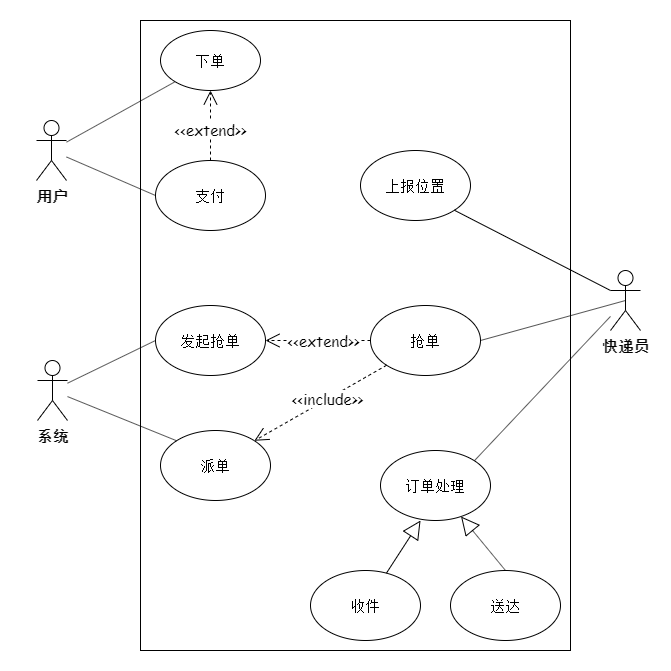
an-Onion/architect-camp keeps this draw.io diagram as final/img/use-case.drawio.png. Above is the earlier version. Source tidied: cells renumbered, new cells last; positions are measured from the earlier drawing's top-left corner, leaving out a move shared by most shapes.
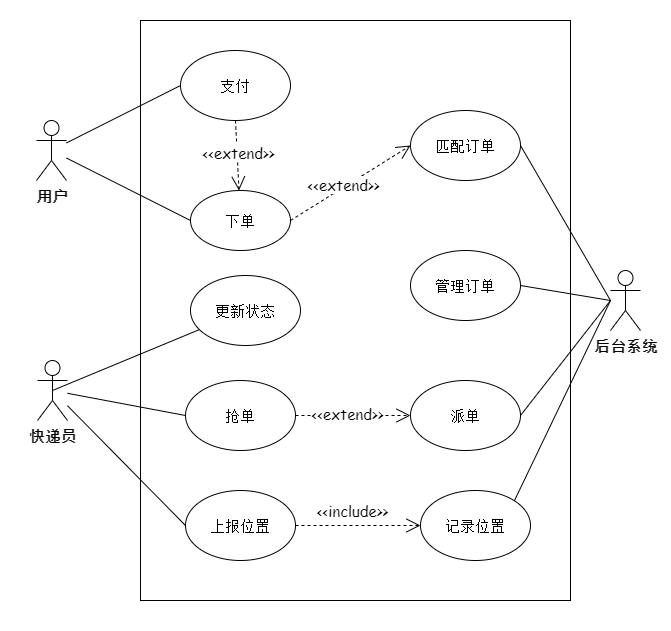
After the commit.

Diff of the diagram source:
```diff
@@ -3,63 +3,42 @@
     <mxCell id="0" />
     <mxCell id="1" parent="0" />
     <mxCell id="2" style="rounded=0;whiteSpace=wrap;html=1;fontFamily=Comic Sans MS;fontSize=15;strokeColor=none;" parent="1" vertex="1">
-      <mxGeometry width="670" height="670" as="geometry" />
+      <mxGeometry width="670" height="630" as="geometry" />
     </mxCell>
     <mxCell id="3" style="rounded=0;whiteSpace=wrap;html=1;fontFamily=Comic Sans MS;fontSize=15;" parent="1" vertex="1">
-      <mxGeometry x="140" y="20" width="430" height="630" as="geometry" />
+      <mxGeometry x="140" y="20" width="430" height="580" as="geometry" />
     </mxCell>
     <mxCell id="4" value="用户&lt;br style=&quot;font-size: 15px;&quot;&gt;" style="shape=umlActor;verticalLabelPosition=bottom;labelBackgroundColor=#ffffff;verticalAlign=top;html=1;fontFamily=Comic Sans MS;fontSize=15;fontStyle=1;" parent="1" vertex="1">
       <mxGeometry x="36" y="120" width="30" height="60" as="geometry" />
     </mxCell>
-    <mxCell id="5" value="系统" style="shape=umlActor;verticalLabelPosition=bottom;labelBackgroundColor=#ffffff;verticalAlign=top;html=1;fontFamily=Comic Sans MS;fontSize=15;fontStyle=1;" parent="1" vertex="1">
+    <mxCell id="5" value="快递员" style="shape=umlActor;verticalLabelPosition=bottom;labelBackgroundColor=#ffffff;verticalAlign=top;html=1;fontFamily=Comic Sans MS;fontSize=15;fontStyle=1;" parent="1" vertex="1">
       <mxGeometry x="37" y="360" width="30" height="60" as="geometry" />
     </mxCell>
-    <mxCell id="6" value="快递员&lt;br style=&quot;font-size: 15px;&quot;&gt;" style="shape=umlActor;verticalLabelPosition=bottom;labelBackgroundColor=#ffffff;verticalAlign=top;html=1;fontFamily=Comic Sans MS;fontSize=15;fontStyle=1;" parent="1" vertex="1">
+    <mxCell id="6" value="后台系统" style="shape=umlActor;verticalLabelPosition=bottom;labelBackgroundColor=#ffffff;verticalAlign=top;html=1;fontFamily=Comic Sans MS;fontSize=15;fontStyle=1;" parent="1" vertex="1">
       <mxGeometry x="610" y="270" width="30" height="60" as="geometry" />
     </mxCell>
     <mxCell id="7" value="下单" style="ellipse;whiteSpace=wrap;html=1;fontFamily=Comic Sans MS;fontSize=15;" parent="1" vertex="1">
-      <mxGeometry x="160" y="30" width="100" height="60" as="geometry" />
+      <mxGeometry x="190" y="190" width="100" height="60" as="geometry" />
     </mxCell>
     <mxCell id="8" value="支付" style="ellipse;whiteSpace=wrap;html=1;fontFamily=Comic Sans MS;fontSize=15;" parent="1" vertex="1">
-      <mxGeometry x="155" y="160" width="110" height="70" as="geometry" />
+      <mxGeometry x="180" y="50" width="110" height="70" as="geometry" />
     </mxCell>
-    <mxCell id="9" value="&amp;lt;&amp;lt;extend&amp;gt;&amp;gt;&lt;br style=&quot;font-size: 15px;&quot;&gt;" style="endArrow=open;endSize=12;dashed=1;html=1;exitX=0.5;exitY=0;exitDx=0;exitDy=0;entryX=0.5;entryY=1;entryDx=0;entryDy=0;fontFamily=Comic Sans MS;fontSize=15;" parent="1" edge="1" source="8" target="7">
-      <mxGeometry x="-0.11" relative="1" as="geometry" />
-    </mxCell>
-    <mxCell id="10" value="发起抢单" style="ellipse;whiteSpace=wrap;html=1;fontFamily=Comic Sans MS;fontSize=15;" parent="1" vertex="1">
-      <mxGeometry x="155" y="305" width="110" height="70" as="geometry" />
+    <mxCell id="10" value="抢单" style="ellipse;whiteSpace=wrap;html=1;fontFamily=Comic Sans MS;fontSize=15;" parent="1" vertex="1">
+      <mxGeometry x="185" y="380" width="110" height="70" as="geometry" />
     </mxCell>
-    <mxCell id="11" value="抢单" style="ellipse;whiteSpace=wrap;html=1;fontFamily=Comic Sans MS;fontSize=15;" parent="1" vertex="1">
-      <mxGeometry x="370" y="305" width="110" height="70" as="geometry" />
+    <mxCell id="11" value="匹配订单" style="ellipse;whiteSpace=wrap;html=1;fontFamily=Comic Sans MS;fontSize=15;" parent="1" vertex="1">
+      <mxGeometry x="410" y="110" width="110" height="70" as="geometry" />
     </mxCell>
-    <mxCell id="12" value="上报位置" style="ellipse;whiteSpace=wrap;html=1;fontFamily=Comic Sans MS;fontSize=15;" parent="1" vertex="1">
-      <mxGeometry x="360" y="150" width="110" height="70" as="geometry" />
+    <mxCell id="12" value="管理订单" style="ellipse;whiteSpace=wrap;html=1;fontFamily=Comic Sans MS;fontSize=15;" parent="1" vertex="1">
+      <mxGeometry x="410" y="250" width="110" height="70" as="geometry" />
     </mxCell>
-    <mxCell id="13" value="派单" style="ellipse;whiteSpace=wrap;html=1;fontFamily=Comic Sans MS;fontSize=15;" parent="1" vertex="1">
-      <mxGeometry x="160" y="430" width="110" height="70" as="geometry" />
+    <mxCell id="13" value="上报位置" style="ellipse;whiteSpace=wrap;html=1;fontFamily=Comic Sans MS;fontSize=15;" parent="1" vertex="1">
+      <mxGeometry x="185" y="490" width="110" height="70" as="geometry" />
     </mxCell>
-    <mxCell id="14" value="订单处理" style="ellipse;whiteSpace=wrap;html=1;fontFamily=Comic Sans MS;fontSize=15;" parent="1" vertex="1">
-      <mxGeometry x="380" y="450" width="110" height="70" as="geometry" />
+    <mxCell id="14" value="记录位置" style="ellipse;whiteSpace=wrap;html=1;fontFamily=Comic Sans MS;fontSize=15;" parent="1" vertex="1">
+      <mxGeometry x="420" y="490" width="110" height="70" as="geometry" />
     </mxCell>
-    <mxCell id="15" value="收件" style="ellipse;whiteSpace=wrap;html=1;fontFamily=Comic Sans MS;fontSize=15;" parent="1" vertex="1">
-      <mxGeometry x="310" y="570" width="110" height="70" as="geometry" />
-    </mxCell>
-    <mxCell id="16" value="送达" style="ellipse;whiteSpace=wrap;html=1;fontFamily=Comic Sans MS;fontSize=15;" parent="1" vertex="1">
-      <mxGeometry x="450" y="570" width="110" height="70" as="geometry" />
-    </mxCell>
-    <mxCell id="17" style="endArrow=block;endSize=16;endFill=0;html=1;entryX=0.364;entryY=1;entryDx=0;entryDy=0;fontFamily=Comic Sans MS;fontSize=15;entryPerimeter=0;" parent="1" edge="1" source="15" target="14">
-      <mxGeometry relative="1" as="geometry" />
-    </mxCell>
-    <mxCell id="18" style="endArrow=block;endSize=16;endFill=0;html=1;exitX=0.5;exitY=0;exitDx=0;exitDy=0;fontFamily=Comic Sans MS;fontSize=15;" parent="1" edge="1" source="16" target="14">
-      <mxGeometry relative="1" as="geometry" />
-    </mxCell>
-    <mxCell id="19" value="&amp;lt;&amp;lt;extend&amp;gt;&amp;gt;&lt;br style=&quot;font-size: 15px;&quot;&gt;" style="endArrow=open;endSize=12;dashed=1;html=1;exitX=0;exitY=0.5;exitDx=0;exitDy=0;entryX=1;entryY=0.5;entryDx=0;entryDy=0;fontFamily=Comic Sans MS;fontSize=15;" parent="1" edge="1" source="11" target="10">
-      <mxGeometry x="-0.11" relative="1" as="geometry" />
-    </mxCell>
-    <mxCell id="20" value="&amp;lt;&amp;lt;include&amp;gt;&amp;gt;" style="endArrow=open;endSize=12;dashed=1;html=1;exitX=0;exitY=1;exitDx=0;exitDy=0;entryX=1;entryY=0;entryDx=0;entryDy=0;fontFamily=Comic Sans MS;fontSize=15;" parent="1" edge="1" source="11" target="13">
-      <mxGeometry x="-0.11" relative="1" as="geometry" />
-    </mxCell>
-    <mxCell id="21" style="endArrow=none;html=1;entryX=0;entryY=1;entryDx=0;entryDy=0;fontFamily=Comic Sans MS;fontSize=15;" parent="1" edge="1" source="4" target="7">
+    <mxCell id="21" style="endArrow=none;html=1;entryX=0;entryY=0.5;entryDx=0;entryDy=0;fontFamily=Comic Sans MS;fontSize=15;" parent="1" edge="1" source="4" target="7">
       <mxGeometry relative="1" as="geometry" />
     </mxCell>
     <mxCell id="22" style="endArrow=none;html=1;entryX=0;entryY=0.5;entryDx=0;entryDy=0;fontFamily=Comic Sans MS;fontSize=15;" parent="1" edge="1" source="4" target="8">
@@ -68,17 +47,55 @@
     <mxCell id="23" style="endArrow=none;html=1;entryX=0;entryY=0.5;entryDx=0;entryDy=0;fontFamily=Comic Sans MS;fontSize=15;" parent="1" edge="1" source="5" target="10">
       <mxGeometry relative="1" as="geometry" />
     </mxCell>
-    <mxCell id="24" style="endArrow=none;html=1;entryX=0;entryY=0;entryDx=0;entryDy=0;fontFamily=Comic Sans MS;fontSize=15;" parent="1" edge="1" source="5" target="13">
+    <mxCell id="24" style="endArrow=none;html=1;entryX=0;entryY=0.5;entryDx=0;entryDy=0;fontFamily=Comic Sans MS;fontSize=15;" parent="1" edge="1" source="5" target="13">
       <mxGeometry relative="1" as="geometry" />
     </mxCell>
-    <mxCell id="25" style="endArrow=none;html=1;exitX=1;exitY=1;exitDx=0;exitDy=0;entryX=0;entryY=0.3333333333333333;entryDx=0;entryDy=0;entryPerimeter=0;fontFamily=Comic Sans MS;fontSize=15;" parent="1" edge="1" source="12" target="6">
-      <mxGeometry relative="1" as="geometry" />
+    <mxCell id="25" style="endArrow=none;html=1;exitX=1;exitY=0.5;exitDx=0;exitDy=0;fontFamily=Comic Sans MS;fontSize=15;" parent="1" edge="1" source="12">
+      <mxGeometry relative="1" as="geometry">
+        <mxPoint x="610" y="300" as="targetPoint" />
+      </mxGeometry>
     </mxCell>
-    <mxCell id="26" style="endArrow=none;html=1;exitX=1;exitY=0.5;exitDx=0;exitDy=0;entryX=0.5;entryY=0.5;entryDx=0;entryDy=0;entryPerimeter=0;fontFamily=Comic Sans MS;fontSize=15;" parent="1" edge="1" source="11" target="6">
-      <mxGeometry relative="1" as="geometry" />
+    <mxCell id="26" style="endArrow=none;html=1;exitX=1;exitY=0.5;exitDx=0;exitDy=0;fontFamily=Comic Sans MS;fontSize=15;" parent="1" edge="1" source="11">
+      <mxGeometry relative="1" as="geometry">
+        <mxPoint x="610" y="300" as="targetPoint" />
+      </mxGeometry>
     </mxCell>
-    <mxCell id="27" style="endArrow=none;html=1;exitX=1;exitY=0;exitDx=0;exitDy=0;fontFamily=Comic Sans MS;fontSize=15;" parent="1" edge="1" source="14" target="6">
-      <mxGeometry relative="1" as="geometry" />
+    <mxCell id="27" style="endArrow=none;html=1;exitX=1;exitY=0;exitDx=0;exitDy=0;fontFamily=Comic Sans MS;fontSize=15;" parent="1" edge="1" source="14">
+      <mxGeometry relative="1" as="geometry">
+        <mxPoint x="610" y="300" as="targetPoint" />
+      </mxGeometry>
     </mxCell>
+    <mxCell id="20" value="&amp;lt;&amp;lt;include&amp;gt;&amp;gt;" style="endArrow=open;endSize=12;dashed=1;html=1;exitX=1;exitY=0.5;exitDx=0;exitDy=0;entryX=0;entryY=0.5;entryDx=0;entryDy=0;fontSize=15;fontFamily=Comic Sans MS;" parent="1" edge="1" source="13" target="14">
+      <mxGeometry x="-0.09" y="15" relative="1" as="geometry" />
+    </mxCell>
+    <mxCell id="28" value="派单" style="ellipse;whiteSpace=wrap;html=1;fontFamily=Comic Sans MS;fontSize=15;" parent="1" vertex="1">
+      <mxGeometry x="410" y="380" width="110" height="70" as="geometry" />
+    </mxCell>
+    <mxCell id="29" style="endArrow=none;html=1;exitX=1;exitY=0.5;exitDx=0;exitDy=0;fontFamily=Comic Sans MS;fontSize=15;" parent="1" edge="1" source="28">
+      <mxGeometry relative="1" as="geometry">
+        <mxPoint x="610" y="300" as="targetPoint" />
+      </mxGeometry>
+    </mxCell>
+    <mxCell id="30" value="更新状态" style="ellipse;whiteSpace=wrap;html=1;fontFamily=Comic Sans MS;fontSize=15;" parent="1" vertex="1">
+      <mxGeometry x="190" y="275" width="110" height="70" as="geometry" />
+    </mxCell>
+    <mxCell id="31" style="endArrow=none;html=1;fontFamily=Comic Sans MS;fontSize=15;exitX=0.5;exitY=0.5;exitDx=0;exitDy=0;exitPerimeter=0;" parent="1" edge="1" source="5" target="30">
+      <mxGeometry relative="1" as="geometry" />
+    </mxCell>
+    <mxCell id="32" value="&amp;lt;&amp;lt;extend&amp;gt;&amp;gt;" style="endArrow=open;endSize=12;dashed=1;html=1;exitX=1;exitY=0.5;exitDx=0;exitDy=0;entryX=0;entryY=0.5;entryDx=0;entryDy=0;fontSize=15;fontFamily=Comic Sans MS;" parent="1" edge="1" source="7" target="11">
+      <mxGeometry x="-0.07" y="2" relative="1" as="geometry">
+        <mxPoint x="-1" as="offset" />
+      </mxGeometry>
+    </mxCell>
+    <mxCell id="9" value="&amp;lt;&amp;lt;extend&amp;gt;&amp;gt;" style="endArrow=open;endSize=12;dashed=1;html=1;exitX=0.5;exitY=1;exitDx=0;exitDy=0;fontSize=15;fontFamily=Comic Sans MS;" parent="1" edge="1" source="8" target="7">
+      <mxGeometry x="-0.07" y="2" relative="1" as="geometry">
+        <mxPoint x="-1" as="offset" />
+      </mxGeometry>
+    </mxCell>
+    <mxCell id="33" value="&amp;lt;&amp;lt;extend&amp;gt;&amp;gt;" style="endArrow=open;endSize=12;dashed=1;html=1;exitX=1;exitY=0.5;exitDx=0;exitDy=0;entryX=0;entryY=0.5;entryDx=0;entryDy=0;fontSize=15;fontFamily=Comic Sans MS;" parent="1" edge="1" source="10" target="28">
+      <mxGeometry x="-0.07" y="2" relative="1" as="geometry">
+        <mxPoint x="-1" as="offset" />
+      </mxGeometry>
+    </mxCell>
   </root>
 </mxGraphModel>
```
